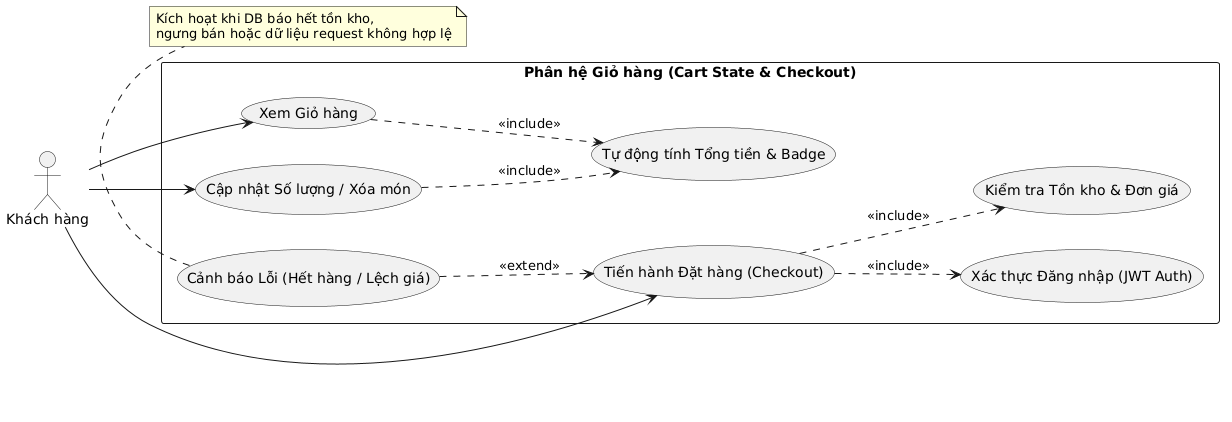
Before: report/figures/usecase-cart.png, a diagram exported from PlantUML (ChienPM-27/BrewLite_02).
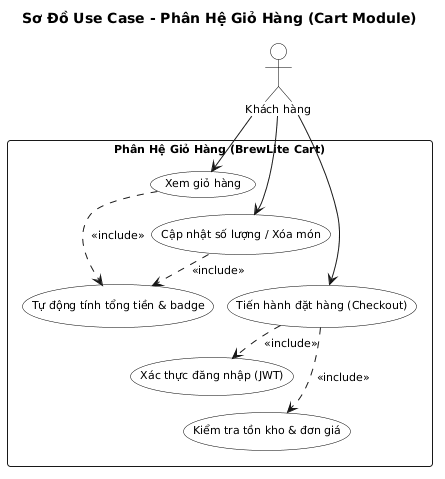
After the commit.

The edit, as a diff of the source:
```diff
@@ -1,19 +1,31 @@
-@startuml
-left to right direction
-skinparam Maincolor #0052cc
-skinparam Backgroundcolor transparent
+@startuml usecase-cart
+title Sơ Đồ Use Case - Phân Hệ Giỏ Hàng (Cart Module)
+
+skinparam defaultFontName Arial
+skinparam shadowing false
+skinparam roundcorner 6
+skinparam defaultFontSize 11
+skinparam nodesep 14
+skinparam ranksep 16
+
+skinparam actor {
+    BackgroundColor white
+    BorderColor black
+}
+skinparam usecase {
+    BackgroundColor white
+    BorderColor black
+}
 
 actor "Khách hàng" as Client
 
-rectangle "Phân hệ Giỏ hàng (Cart State & Checkout)" {
-  usecase "Xem Giỏ hàng" as UC_View
-  usecase "Cập nhật Số lượng / Xóa món" as UC_Edit
-  usecase "Tự động tính Tổng tiền & Badge" as UC_Calc
-
-  usecase "Tiến hành Đặt hàng (Checkout)" as UC_Checkout
-  usecase "Xác thực Đăng nhập (JWT Auth)" as UC_Auth
-  usecase "Kiểm tra Tồn kho & Đơn giá" as UC_Validate
-  usecase "Cảnh báo Lỗi (Hết hàng / Lệch giá)" as UC_Error
+rectangle "Phân Hệ Giỏ Hàng (BrewLite Cart)" {
+    usecase "Xem giỏ hàng" as UC_View
+    usecase "Cập nhật số lượng / Xóa món" as UC_Edit
+    usecase "Tự động tính tổng tiền & badge" as UC_Calc
+    usecase "Tiến hành đặt hàng (Checkout)" as UC_Checkout
+    usecase "Xác thực đăng nhập (JWT)" as UC_Auth
+    usecase "Kiểm tra tồn kho & đơn giá" as UC_Validate
 }
 
 Client --> UC_View
@@ -22,11 +34,11 @@
 
 UC_Edit ..> UC_Calc : <<include>>
 UC_View ..> UC_Calc : <<include>>
+UC_Checkout ..> UC_Auth : <<include>>
+UC_Checkout ..> UC_Validate : <<include>>
 
-UC_Checkout ..> UC_Validate : <<include>>
-UC_Checkout ..> UC_Auth : <<include>>
-
-UC_Error ..> UC_Checkout : <<extend>>
-note bottom of UC_Error : Kích hoạt khi DB báo hết tồn kho,\nngưng bán hoặc dữ liệu request không hợp lệ
-
+UC_View -[hidden]down-> UC_Edit
+UC_Edit -[hidden]down-> UC_Checkout
+UC_Calc -[hidden]down-> UC_Auth
+UC_Auth -[hidden]down-> UC_Validate
 @enduml
```
